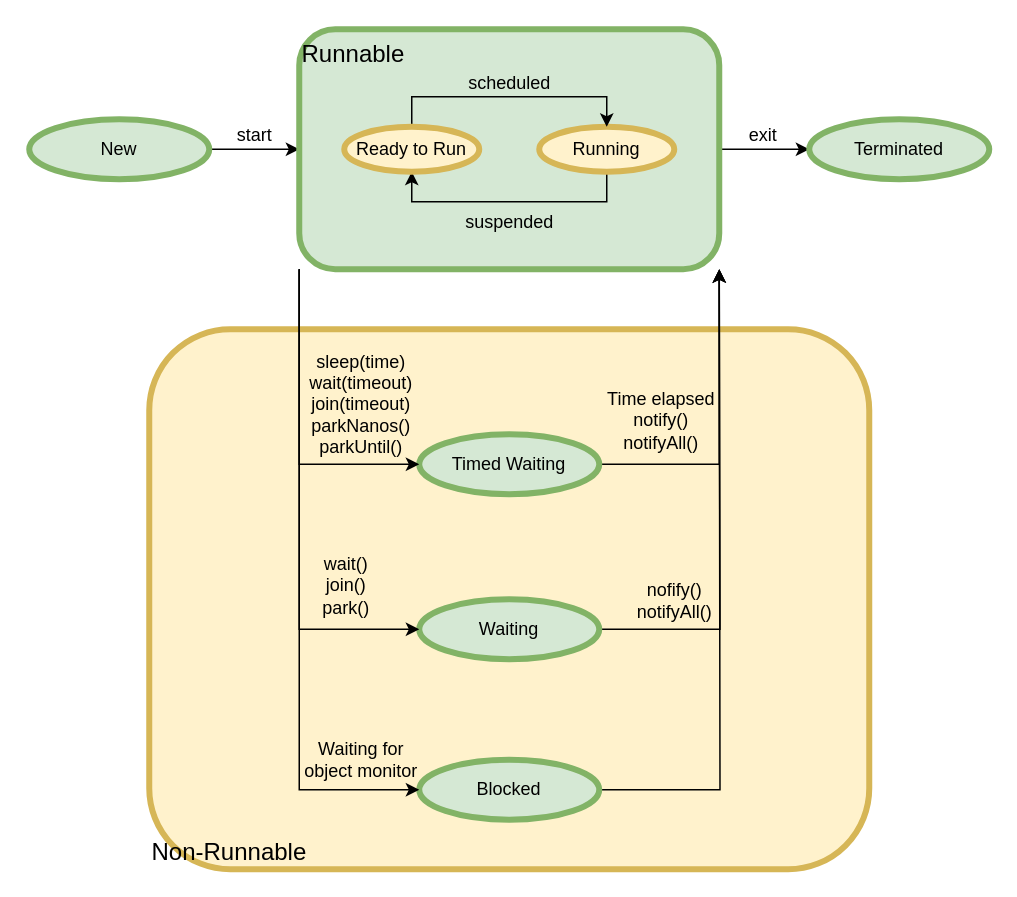
YufuMxl/geek_java_practise keeps this draw.io diagram as homework/src/main/resources/Java 线程状态流转图.drawio. Above is the earlier version. Source tidied: cells renumbered, new cells numbered last; positions are measured from the earlier drawing's top-left corner, leaving out a move shared by most shapes. Both pictures are drawn from the tidied source at 150%, with x=0, y=0 at pixel (28, 28).
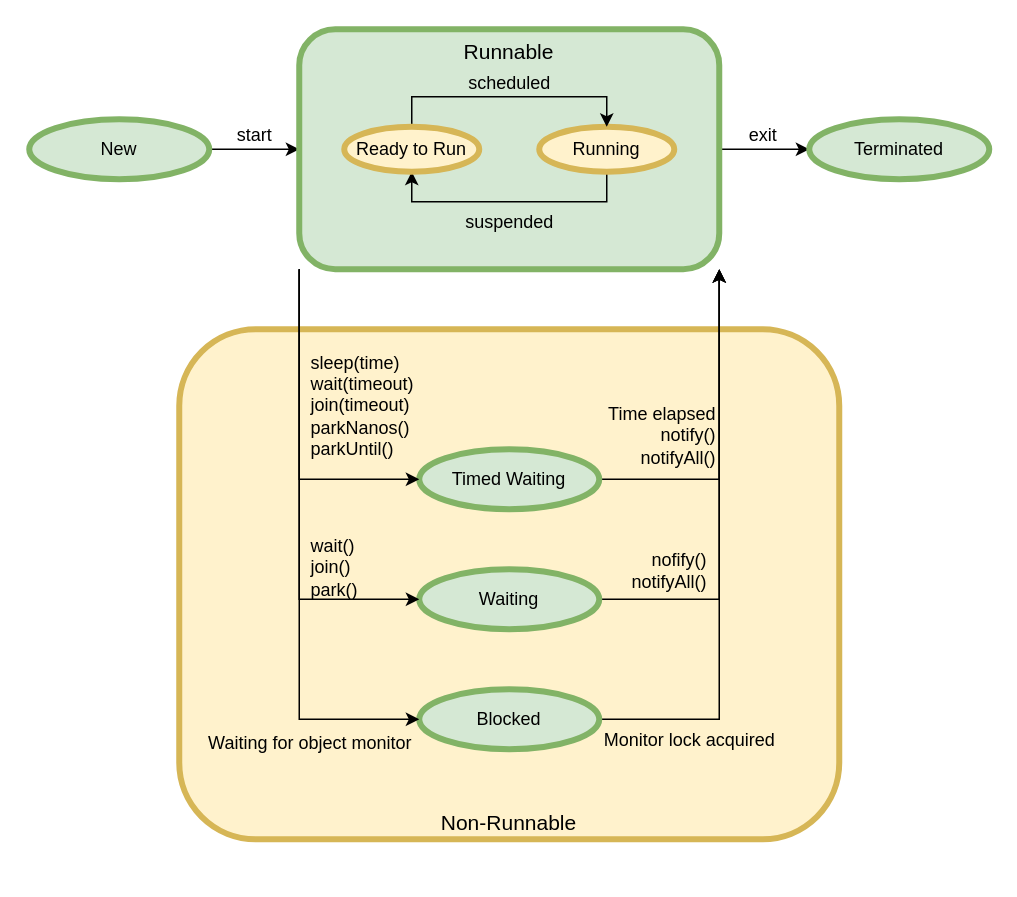
After the change.

Commit message:
Update Java 线程状态流转图.drawio

Unchanged cells that the change refers to:
```xml
<mxCell id="15" style="edgeStyle=orthogonalEdgeStyle;rounded=0;jettySize=auto;html=1;exitX=0;exitY=1;exitDx=0;exitDy=0;entryX=0;entryY=0.5;entryDx=0;entryDy=0;fontSize=16;" parent="1" edge="1" source="21" target="10">
  <mxGeometry relative="1" as="geometry" />
</mxCell>
<mxCell id="17" style="edgeStyle=orthogonalEdgeStyle;rounded=0;jettySize=auto;html=1;exitX=0;exitY=1;exitDx=0;exitDy=0;entryX=0;entryY=0.5;entryDx=0;entryDy=0;labelBackgroundColor=none;fontSize=12;" parent="1" edge="1" source="21" target="7">
  <mxGeometry relative="1" as="geometry" />
</mxCell>
<mxCell id="19" style="edgeStyle=orthogonalEdgeStyle;rounded=0;jettySize=auto;html=1;exitX=0;exitY=1;exitDx=0;exitDy=0;entryX=0;entryY=0.5;entryDx=0;entryDy=0;labelBackgroundColor=none;fontSize=12;" parent="1" edge="1" source="21" target="12">
  <mxGeometry relative="1" as="geometry" />
</mxCell>
```

What changed in the source:
```diff
@@
-    <mxCell id="2" value="Non-Runnable" style="rounded=1;whiteSpace=wrap;html=1;fillColor=#fff2cc;strokeColor=#d6b656;strokeWidth=4;align=left;verticalAlign=bottom;fontSize=16;" parent="1" vertex="1">
-      <mxGeometry x="80" y="200" width="480" height="360" as="geometry" />
+    <mxCell id="2" value="Non-Runnable" style="rounded=1;whiteSpace=wrap;html=1;fillColor=#fff2cc;strokeColor=#d6b656;strokeWidth=4;align=center;verticalAlign=bottom;fontSize=14;" parent="1" vertex="1">
+      <mxGeometry x="100" y="200" width="440" height="340" as="geometry" />
     </mxCell>
@@
-    <mxCell id="5" style="edgeStyle=orthogonalEdgeStyle;rounded=0;jettySize=auto;html=1;exitX=1;exitY=0.5;exitDx=0;exitDy=0;labelBackgroundColor=none;fontSize=12;" parent="1" edge="1" source="7">
+    <mxCell id="5" style="edgeStyle=orthogonalEdgeStyle;rounded=0;jettySize=auto;html=1;exitX=1;exitY=0.5;exitDx=0;exitDy=0;labelBackgroundColor=none;fontSize=12;entryX=1;entryY=1;entryDx=0;entryDy=0;" parent="1" edge="1" source="7" target="21">
       <mxGeometry relative="1" as="geometry">
-        <mxPoint x="460" y="160" as="targetPoint" />
+        <Array as="points">
+          <mxPoint x="460" y="380" />
+        </Array>
       </mxGeometry>
     </mxCell>
-    <mxCell id="6" value="&lt;div&gt;nofify()&lt;/div&gt;&lt;div&gt;notifyAll()&lt;br&gt;&lt;/div&gt;" style="edgeLabel;html=1;align=center;verticalAlign=middle;fontSize=12;labelBackgroundColor=none;" parent="5" vertex="1">
+    <mxCell id="6" value="&lt;div&gt;nofify()&lt;/div&gt;&lt;div&gt;notifyAll()&lt;br&gt;&lt;/div&gt;" style="edgeLabel;html=1;align=right;verticalAlign=middle;fontSize=12;labelBackgroundColor=none;" parent="5" vertex="1">
       <mxGeometry x="-0.7" y="-2" relative="1" as="geometry">
-        <mxPoint x="1" y="-22" as="offset" />
+        <mxPoint x="27" y="-22" as="offset" />
       </mxGeometry>
     </mxCell>
     <mxCell id="7" value="Waiting" style="ellipse;whiteSpace=wrap;html=1;fillColor=#d5e8d4;strokeColor=#82b366;strokeWidth=4;" parent="1" vertex="1">
-      <mxGeometry x="260" y="380" width="120" height="40" as="geometry" />
+      <mxGeometry x="260" y="360" width="120" height="40" as="geometry" />
     </mxCell>
     <mxCell id="8" style="edgeStyle=orthogonalEdgeStyle;rounded=0;jettySize=auto;html=1;exitX=1;exitY=0.5;exitDx=0;exitDy=0;entryX=1;entryY=1;entryDx=0;entryDy=0;labelBackgroundColor=none;fontSize=12;" parent="1" edge="1" source="10" target="21">
       <mxGeometry relative="1" as="geometry">
         <Array as="points">
-          <mxPoint x="460" y="290" />
+          <mxPoint x="460" y="300" />
         </Array>
       </mxGeometry>
     </mxCell>
-    <mxCell id="9" value="&lt;div&gt;Time elapsed&lt;/div&gt;&lt;div&gt;notify()&lt;/div&gt;&lt;div&gt;notifyAll()&lt;br&gt;&lt;/div&gt;" style="edgeLabel;html=1;align=center;verticalAlign=middle;fontSize=12;labelBackgroundColor=none;" parent="8" vertex="1">
+    <mxCell id="9" value="&lt;div&gt;Time elapsed&lt;/div&gt;&lt;div&gt;notify()&lt;/div&gt;&lt;div&gt;notifyAll()&lt;br&gt;&lt;/div&gt;" style="edgeLabel;html=1;align=right;verticalAlign=middle;fontSize=12;labelBackgroundColor=none;" parent="8" vertex="1">
       <mxGeometry x="-0.69" y="1" relative="1" as="geometry">
-        <mxPoint x="7" y="-29" as="offset" />
+        <mxPoint x="44" y="-29" as="offset" />
       </mxGeometry>
     </mxCell>
     <mxCell id="10" value="Timed Waiting" style="ellipse;whiteSpace=wrap;html=1;fillColor=#d5e8d4;strokeColor=#82b366;strokeWidth=4;" parent="1" vertex="1">
-      <mxGeometry x="260" y="270" width="120" height="40" as="geometry" />
+      <mxGeometry x="260" y="280" width="120" height="40" as="geometry" />
     </mxCell>
-    <mxCell id="11" style="edgeStyle=orthogonalEdgeStyle;rounded=0;jettySize=auto;html=1;exitX=1;exitY=0.5;exitDx=0;exitDy=0;labelBackgroundColor=none;fontSize=12;" parent="1" edge="1" source="12">
+    <mxCell id="11" style="edgeStyle=orthogonalEdgeStyle;rounded=0;jettySize=auto;html=1;exitX=1;exitY=0.5;exitDx=0;exitDy=0;labelBackgroundColor=none;fontSize=12;entryX=1;entryY=1;entryDx=0;entryDy=0;" parent="1" edge="1" source="12" target="21">
       <mxGeometry relative="1" as="geometry">
-        <mxPoint x="460" y="160" as="targetPoint" />
+        <Array as="points">
+          <mxPoint x="460" y="460" />
+        </Array>
       </mxGeometry>
     </mxCell>
+    <mxCell id="27" value="&lt;div style=&quot;font-size: 12px;&quot;&gt;Monitor lock acquired&lt;/div&gt;" style="edgeLabel;html=1;align=center;verticalAlign=top;fontSize=12;labelBackgroundColor=none;" parent="11" vertex="1">
+      <mxGeometry x="-0.82" y="1" relative="1" as="geometry">
+        <mxPoint x="25" y="1" as="offset" />
+      </mxGeometry>
+    </mxCell>
     <mxCell id="12" value="Blocked" style="ellipse;whiteSpace=wrap;html=1;fillColor=#d5e8d4;strokeColor=#82b366;strokeWidth=4;" parent="1" vertex="1">
-      <mxGeometry x="260" y="487" width="120" height="40" as="geometry" />
+      <mxGeometry x="260" y="440" width="120" height="40" as="geometry" />
     </mxCell>
@@
-    <mxCell id="16" value="&lt;div style=&quot;font-size: 12px;&quot;&gt;sleep(time)&lt;/div&gt;&lt;div style=&quot;font-size: 12px;&quot;&gt;wait(timeout)&lt;/div&gt;&lt;div style=&quot;font-size: 12px;&quot;&gt;join(timeout)&lt;/div&gt;&lt;div style=&quot;font-size: 12px;&quot;&gt;parkNanos()&lt;/div&gt;&lt;div style=&quot;font-size: 12px;&quot;&gt;parkUntil()&lt;br style=&quot;font-size: 12px;&quot;&gt;&lt;/div&gt;" style="edgeLabel;html=1;align=center;verticalAlign=middle;fontSize=12;labelBackgroundColor=none;" parent="15" vertex="1">
+    <mxCell id="16" value="&lt;div style=&quot;font-size: 12px;&quot;&gt;sleep(time)&lt;/div&gt;&lt;div style=&quot;font-size: 12px;&quot;&gt;wait(timeout)&lt;/div&gt;&lt;div style=&quot;font-size: 12px;&quot;&gt;join(timeout)&lt;/div&gt;&lt;div style=&quot;font-size: 12px;&quot;&gt;parkNanos()&lt;/div&gt;&lt;div style=&quot;font-size: 12px;&quot;&gt;parkUntil()&lt;br style=&quot;font-size: 12px;&quot;&gt;&lt;/div&gt;" style="edgeLabel;html=1;align=left;verticalAlign=middle;fontSize=12;labelBackgroundColor=none;" parent="15" vertex="1">
       <mxGeometry x="-0.69" y="1" relative="1" as="geometry">
-        <mxPoint x="39" y="57" as="offset" />
+        <mxPoint x="5" y="57" as="offset" />
       </mxGeometry>
     </mxCell>
@@
-    <mxCell id="18" value="&lt;div&gt;wait()&lt;/div&gt;&lt;div&gt;join()&lt;/div&gt;&lt;div&gt;park()&lt;br&gt;&lt;/div&gt;" style="edgeLabel;html=1;align=center;verticalAlign=middle;fontSize=12;labelBackgroundColor=none;" parent="17" vertex="1">
+    <mxCell id="18" value="&lt;div&gt;wait()&lt;/div&gt;&lt;div&gt;join()&lt;/div&gt;&lt;div&gt;park()&lt;br&gt;&lt;/div&gt;" style="edgeLabel;html=1;align=left;verticalAlign=middle;fontSize=12;labelBackgroundColor=none;" parent="17" vertex="1">
       <mxGeometry x="0.18" y="1" relative="1" as="geometry">
-        <mxPoint x="29" y="22" as="offset" />
+        <mxPoint x="5" y="22" as="offset" />
       </mxGeometry>
     </mxCell>
@@
-    <mxCell id="20" value="&lt;div&gt;Waiting for&lt;/div&gt;&lt;div&gt;object monitor&lt;br&gt;&lt;/div&gt;" style="edgeLabel;html=1;align=center;verticalAlign=middle;fontSize=12;labelBackgroundColor=none;" parent="19" vertex="1">
+    <mxCell id="20" value="&lt;div&gt;Waiting for object monitor&lt;br&gt;&lt;/div&gt;" style="edgeLabel;html=1;align=center;verticalAlign=top;fontSize=12;labelBackgroundColor=none;" parent="19" vertex="1">
       <mxGeometry x="0.46" y="2" relative="1" as="geometry">
-        <mxPoint x="38" y="15" as="offset" />
+        <mxPoint x="4" y="25" as="offset" />
       </mxGeometry>
     </mxCell>
-    <mxCell id="21" value="Runnable" style="rounded=1;whiteSpace=wrap;html=1;fillColor=#d5e8d4;strokeColor=#82b366;strokeWidth=4;align=left;verticalAlign=top;fontSize=16;" parent="1" vertex="1">
+    <mxCell id="21" value="Runnable" style="rounded=1;whiteSpace=wrap;html=1;fillColor=#d5e8d4;strokeColor=#82b366;strokeWidth=4;align=center;verticalAlign=top;fontSize=14;" parent="1" vertex="1">
       <mxGeometry x="180" width="280" height="160" as="geometry" />
     </mxCell>
```
